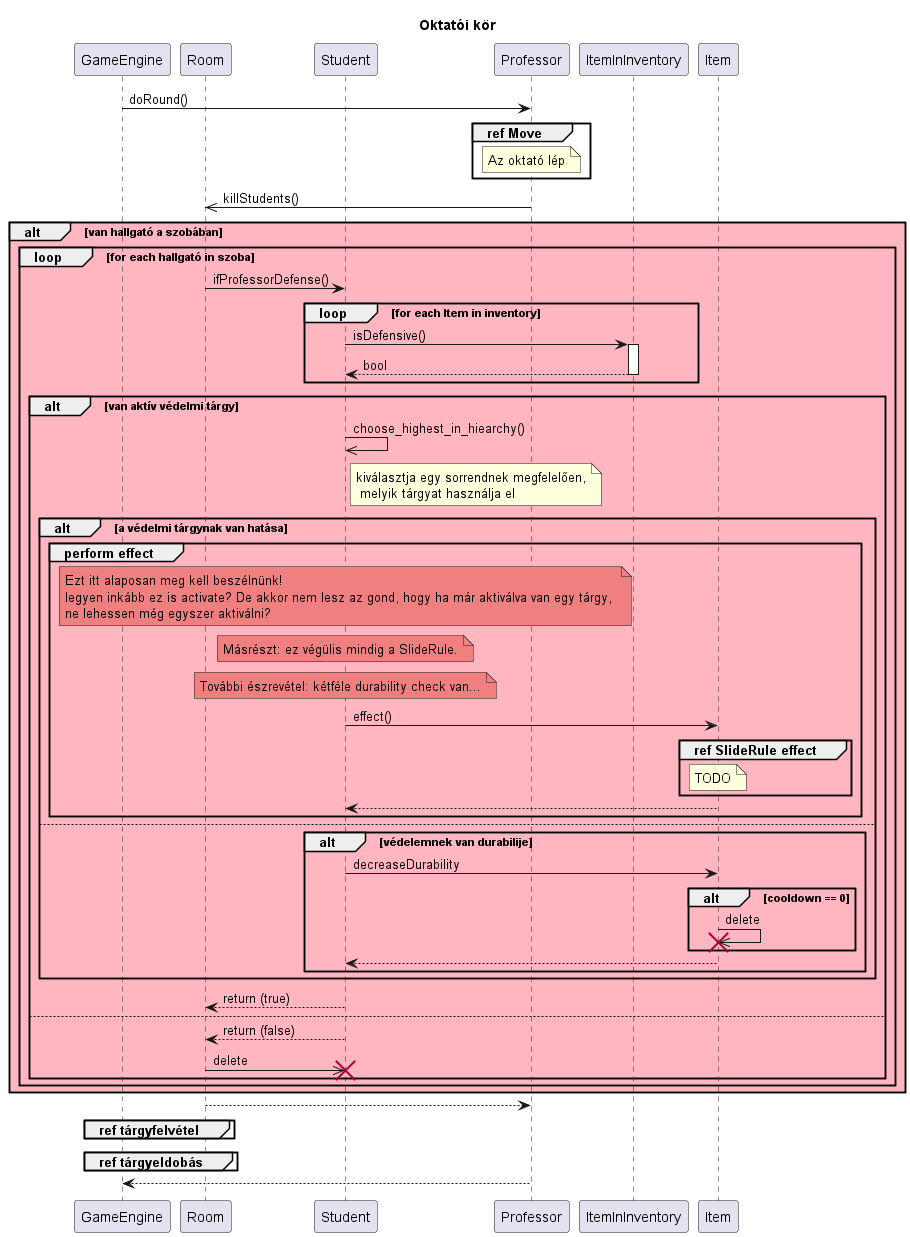
This is out/diagramms/src/round_professor/Round_okt.png from kipolaris/skyrimscriptsuttogok, a PlantUML export, as it was before one commit.
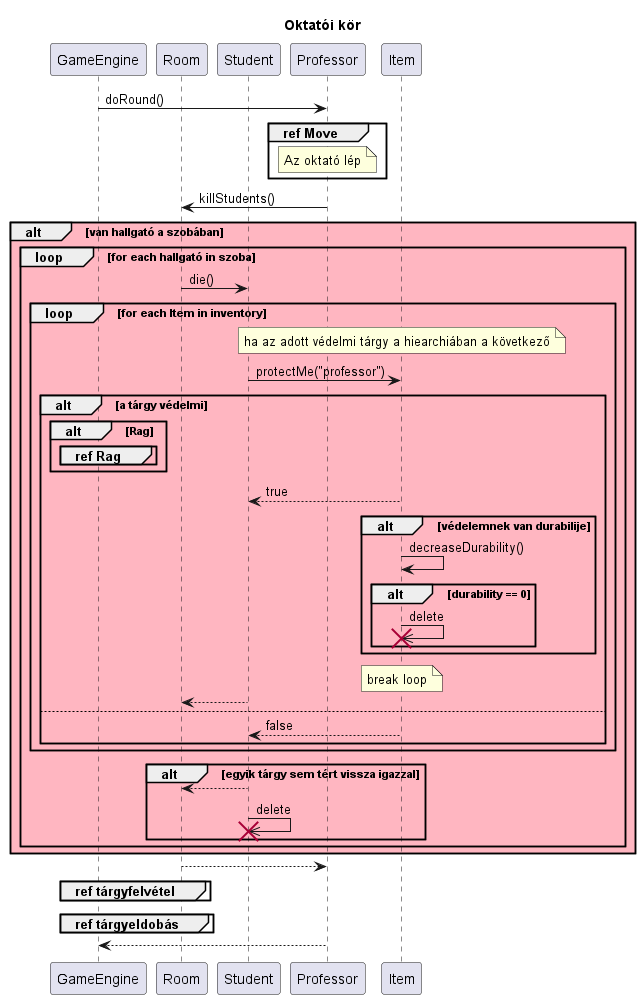
Above is the later version.

Diff of the diagram source:
```diff
@@ -8,7 +8,6 @@
 
 participant Student as h
 participant Professor as okt
-participant ItemInInventory as t1
 participant Item as t
 
 g->okt : doRound()
@@ -17,50 +16,42 @@
 note over okt : Az oktató lép
 end
 
-okt->>sz : killStudents()
+okt->sz : killStudents()
 alt #LightPink van hallgató a szobában
     loop for each hallgató in szoba
 
-        sz -> h : ifProfessorDefense()
+        sz -> h : die()
 
         loop for each Item in inventory
-            h->t1 ++: isDefensive()
-            return bool
+            note over t : ha az adott védelmi tárgy a hiearchiában a következő
+            h->t : protectMe("professor")
+
+            alt a tárgy védelmi
+
+                alt Rag
+                    group ref Rag
+                    end
+                end
+
+                t-->h : true
+
+                alt védelemnek van durabilije
+                t->t : decreaseDurability()
+                    alt durability == 0
+                        t->>t !!: delete
+                    end
+                end
+                note over t : break loop
+
+                h-->sz
+            else
+                t-->h : false
+            end
         end
 
-        alt van aktív védelmi tárgy
-            h->>h : choose_highest_in_hiearchy()
-            note right of h : kiválasztja egy sorrendnek megfelelően,\n melyik tárgyat használja el
-
-
-            alt a védelmi tárgynak van hatása
-
-                group perform effect
-
-                    note over h #LightCoral : Ezt itt alaposan meg kell beszélnünk! \nlegyen inkább ez is activate? De akkor nem lesz az gond, hogy ha már aktiválva van egy tárgy, \nne lehessen még egyszer aktiválni?
-                    note over h #LightCoral : Másrészt: ez végülis mindig a SlideRule.
-                    note over h #LightCoral : További észrevétel: kétféle durability check van...
-                    h->t : effect()
-                    group ref SlideRule effect
-                        note over t: TODO
-                    end
-                    t-->h
-
-                end
-            else
-                alt védelemnek van durabilije
-                    h->t : decreaseDurability
-                    alt cooldown == 0
-                        t->>t !!: delete
-                    end
-                    t-->h
-            end
-            end
-
-            h-->sz : return (true)
-        else
-            h-->sz : return (false)
-            sz ->> h !!: delete
+        alt egyik tárgy sem tért vissza igazzal
+            h-->sz
+            h ->> h !!: delete
         end
     end
 end
```
